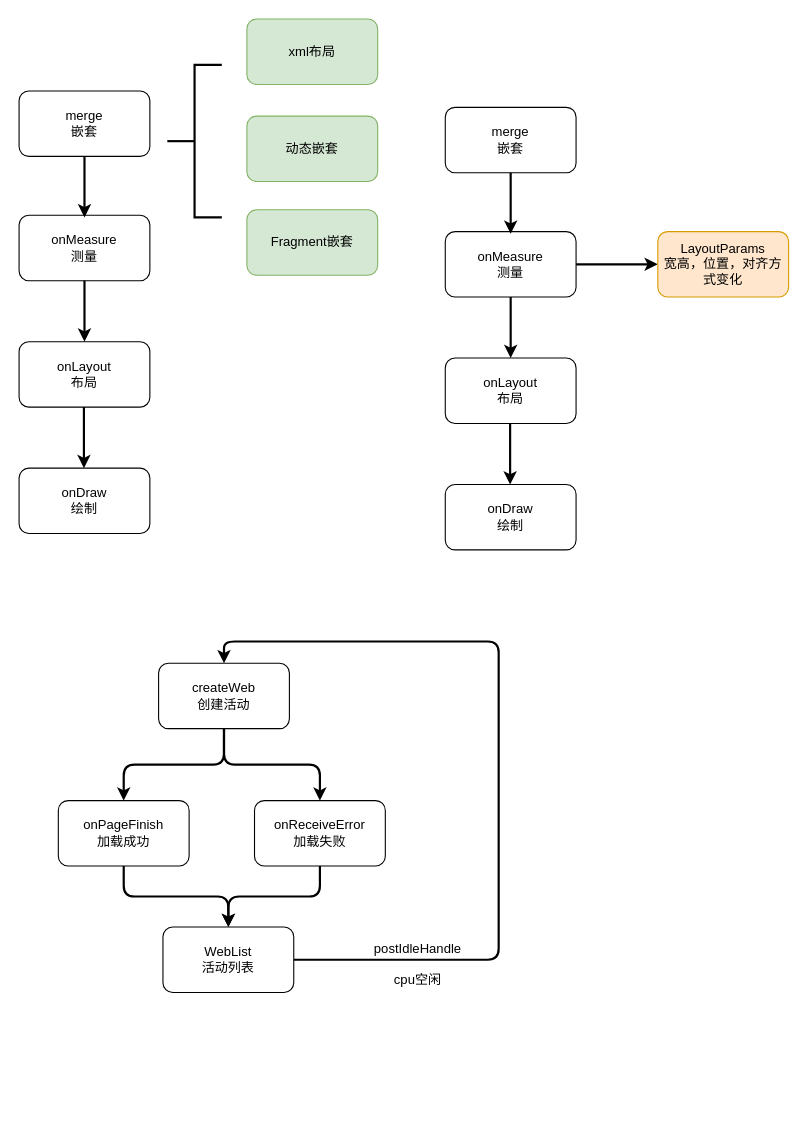
Before: page "第 2 页" (2 of 2) of rgb识别.drawio in cangwang/news, a draw.io diagram. Source tidied: cells renumbered, new cells numbered last; positions are measured from the earlier drawing's top-left corner, leaving out a move shared by most shapes. Both pictures are drawn from the tidied source at 109%, with x=0, y=0 at pixel (19, 19).
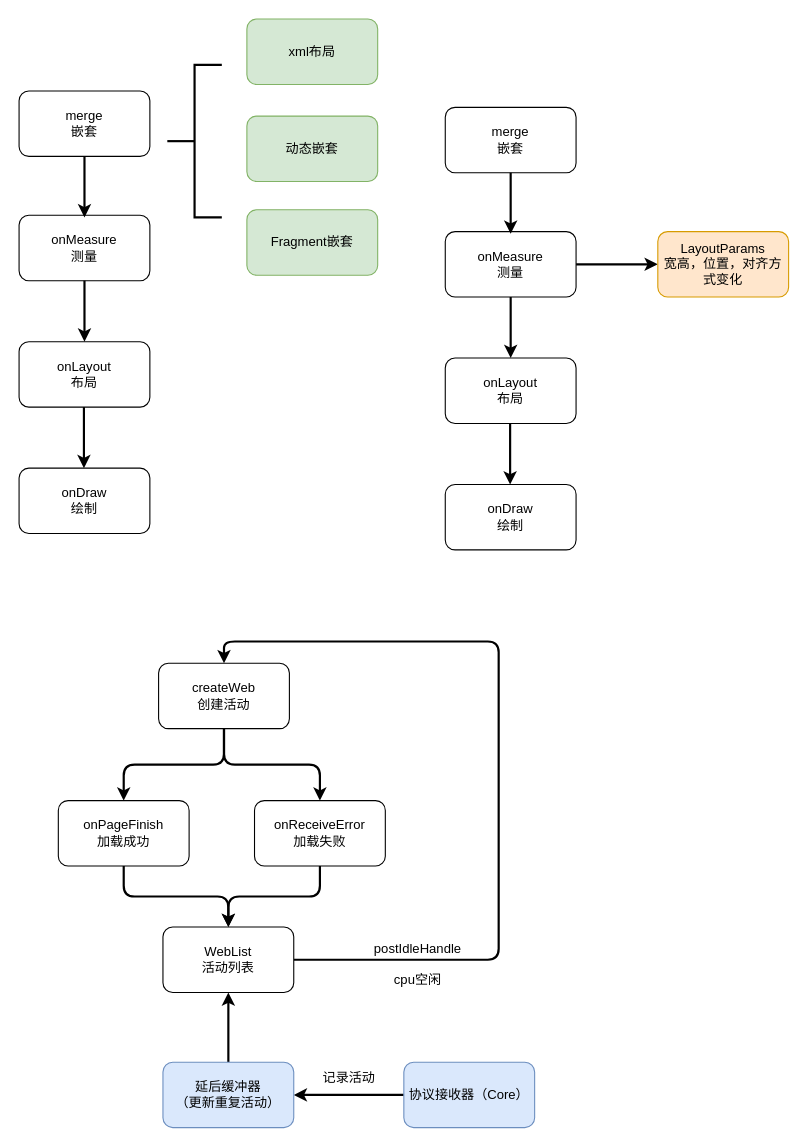
The same diagram, later.

The change refers to these unchanged cells:
```xml
<mxCell id="25" value="WebList&lt;br&gt;活动列表" style="rounded=1;whiteSpace=wrap;html=1;" parent="1" vertex="1">
  <mxGeometry x="132" y="833" width="120" height="60" as="geometry" />
</mxCell>
```

The edit, as a diff of the source:
```diff
@@
+    <mxCell id="32" style="edgeStyle=orthogonalEdgeStyle;rounded=1;jettySize=auto;html=1;exitX=0;exitY=0.5;exitDx=0;exitDy=0;strokeColor=#000000;strokeWidth=2;" parent="1" edge="1" source="33" target="35">
+      <mxGeometry relative="1" as="geometry" />
+    </mxCell>
+    <mxCell id="33" value="协议接收器（Core）" style="rounded=1;whiteSpace=wrap;html=1;fillColor=#dae8fc;strokeColor=#6c8ebf;" parent="1" vertex="1">
+      <mxGeometry x="353" y="957" width="120" height="60" as="geometry" />
+    </mxCell>
+    <mxCell id="34" style="edgeStyle=orthogonalEdgeStyle;rounded=1;jettySize=auto;html=1;exitX=0.5;exitY=0;exitDx=0;exitDy=0;strokeColor=#000000;strokeWidth=2;" parent="1" edge="1" source="35" target="25">
+      <mxGeometry relative="1" as="geometry" />
+    </mxCell>
+    <mxCell id="35" value="延后缓冲器&lt;br&gt;（更新重复活动）" style="rounded=1;whiteSpace=wrap;html=1;fillColor=#dae8fc;strokeColor=#6c8ebf;" parent="1" vertex="1">
+      <mxGeometry x="132" y="957" width="120" height="60" as="geometry" />
+    </mxCell>
+    <mxCell id="36" value="记录活动" style="text;html=1;strokeColor=none;fillColor=none;align=center;verticalAlign=middle;whiteSpace=wrap;rounded=0;" parent="1" vertex="1">
+      <mxGeometry x="273" y="957" width="60" height="30" as="geometry" />
+    </mxCell>
```
